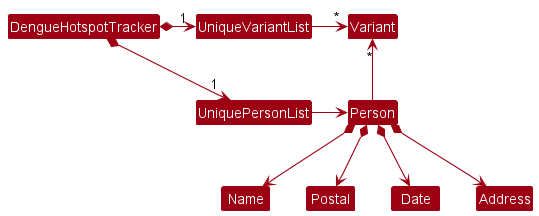
The PlantUML diagram docs/images/BetterModelClassDiagram.png in nus-cs2103-AY2223S2/tp, before a commit.
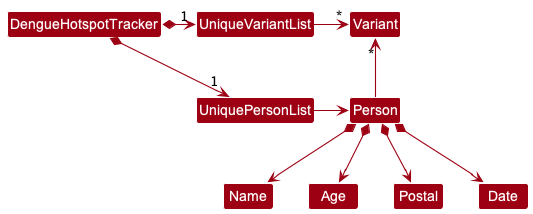
After the change.

Change to the diagram source:
```diff
@@ -15,7 +15,7 @@
 Person -up-> "*" Variant
 
 Person *--> Name
+Person *--> Age
 Person *--> Postal
 Person *--> Date
-Person *--> Address
 @enduml
```
